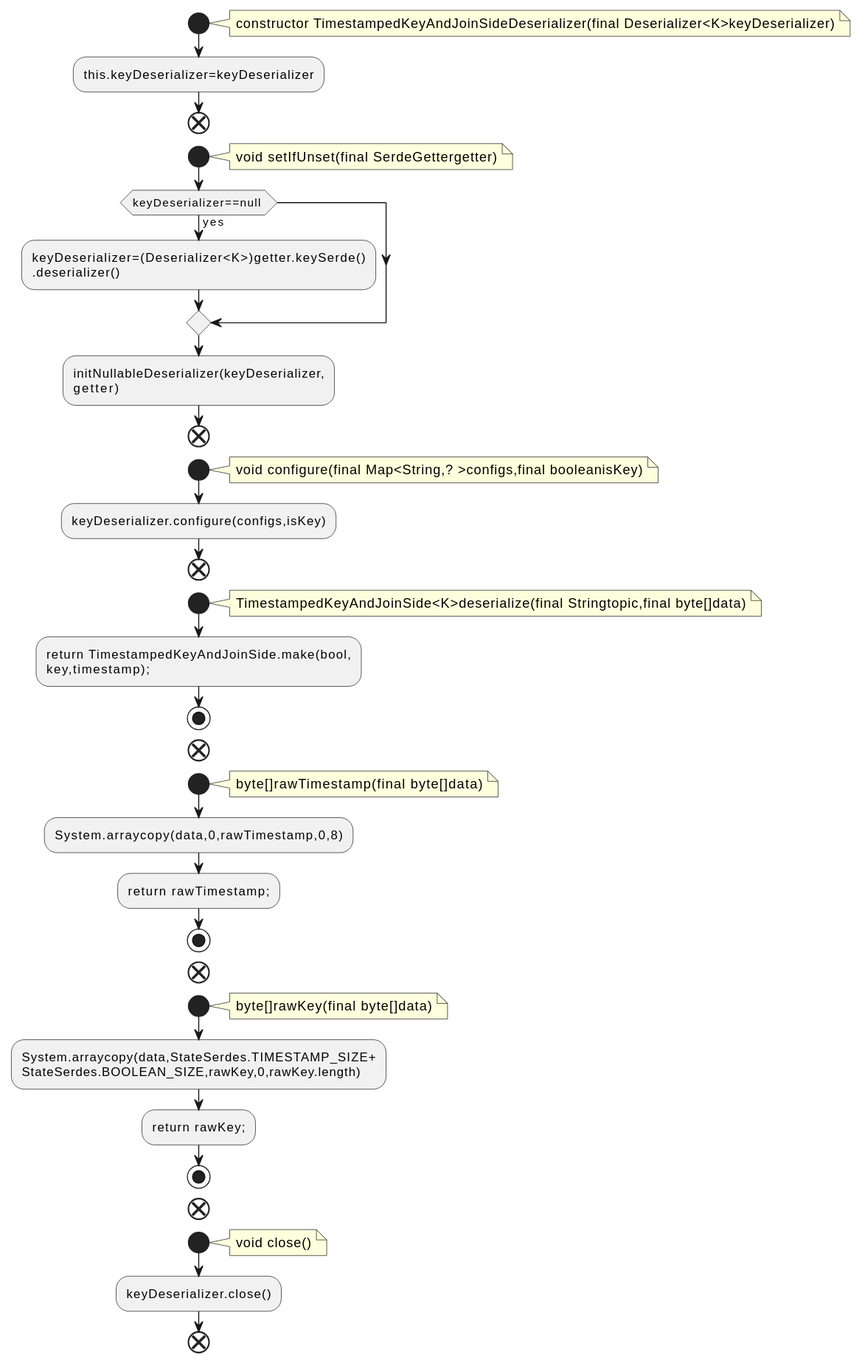
Above: docs/qc/streams/src/main/java/org/apache/kafka/streams/state/internals/TimestampedKeyAndJoinSideDeserializer.java.fct.svg in qualitesys/kafka (PlantUML), before the change.
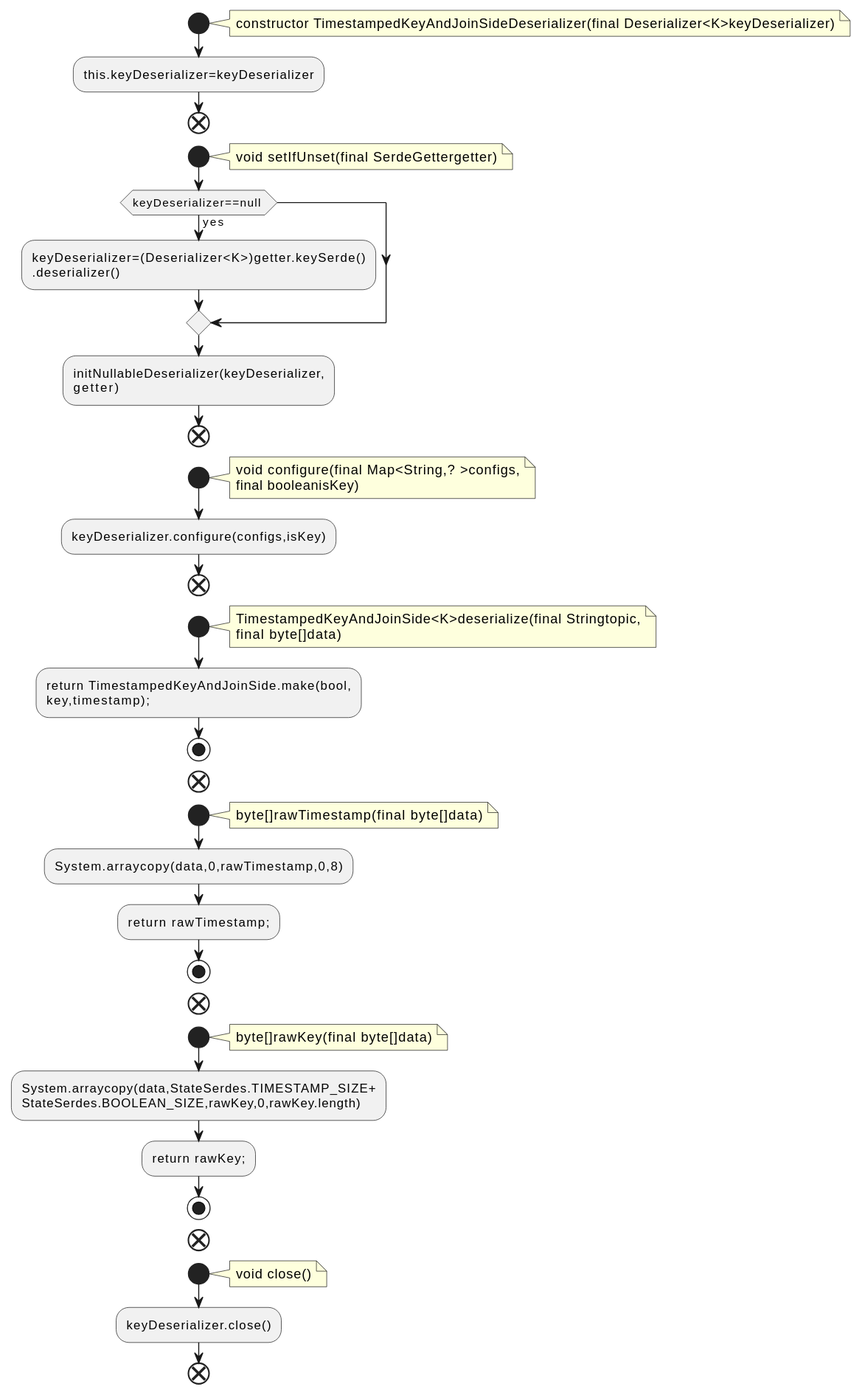
The same file after the commit.

Diff of the diagram source:
```diff
@@ -19,13 +19,15 @@
 end
 start
 note right
-void configure(final Map<String,? >configs,final booleanisKey)
+void configure(final Map<String,? >configs,
+final booleanisKey)
 end note
 :keyDeserializer.configure(configs,isKey);
 end
 start
 note right
-TimestampedKeyAndJoinSide<K>deserialize(final Stringtopic,final byte[]data)
+TimestampedKeyAndJoinSide<K>deserialize(final Stringtopic,
+final byte[]data)
 end note
 :return TimestampedKeyAndJoinSide.make(bool,
 key,timestamp);;
```
